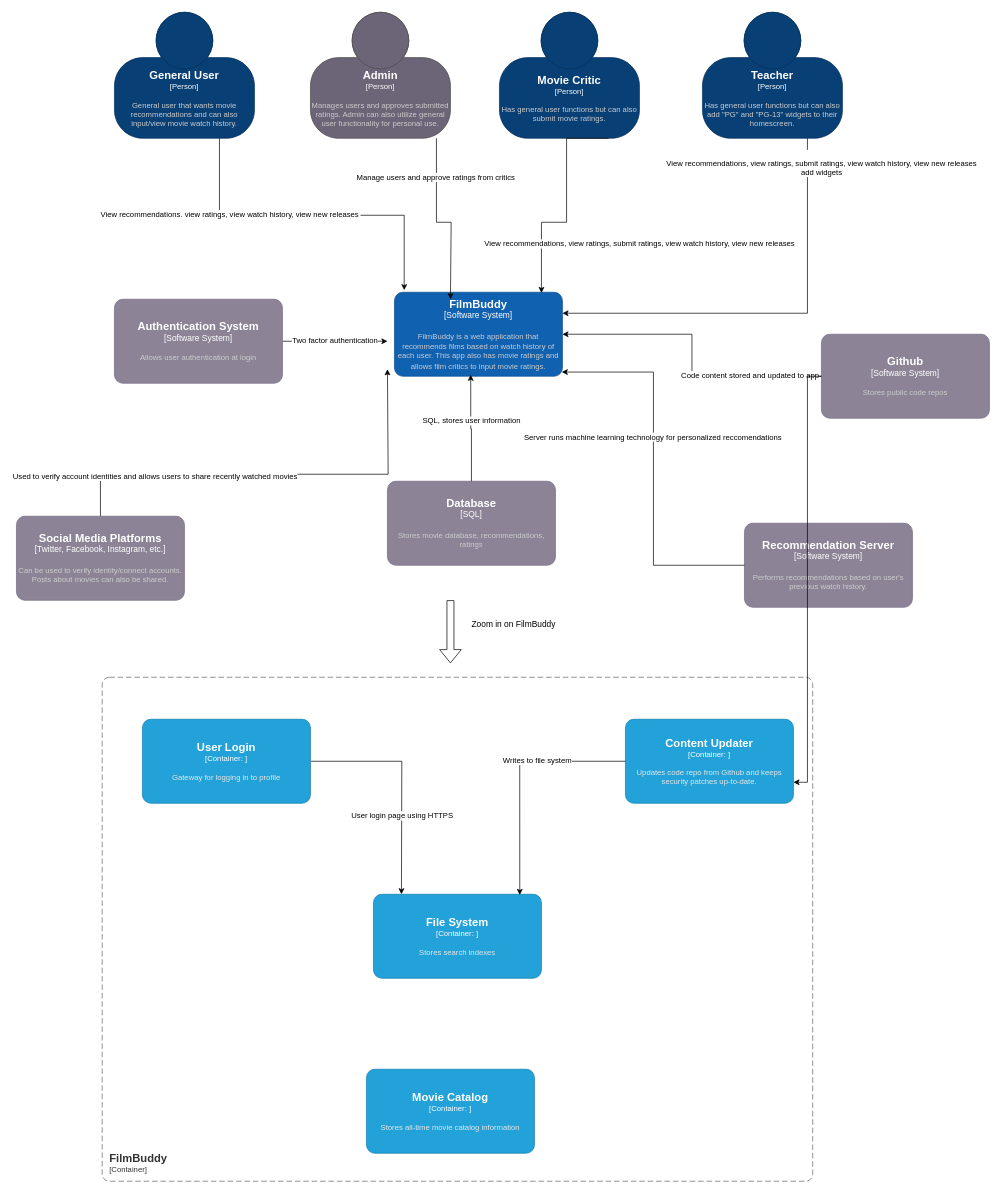
yaztazz/CYBR8470_FilmBuddy keeps this draw.io diagram as docs/Untitled Diagram.drawio. Above is the earlier version. Source tidied: cells renumbered, new cells numbered last; positions are measured from the earlier drawing's top-left corner, leaving out a move shared by most shapes. Both pictures are drawn from the tidied source at 70%, with x=0, y=0 at pixel (16, 12).
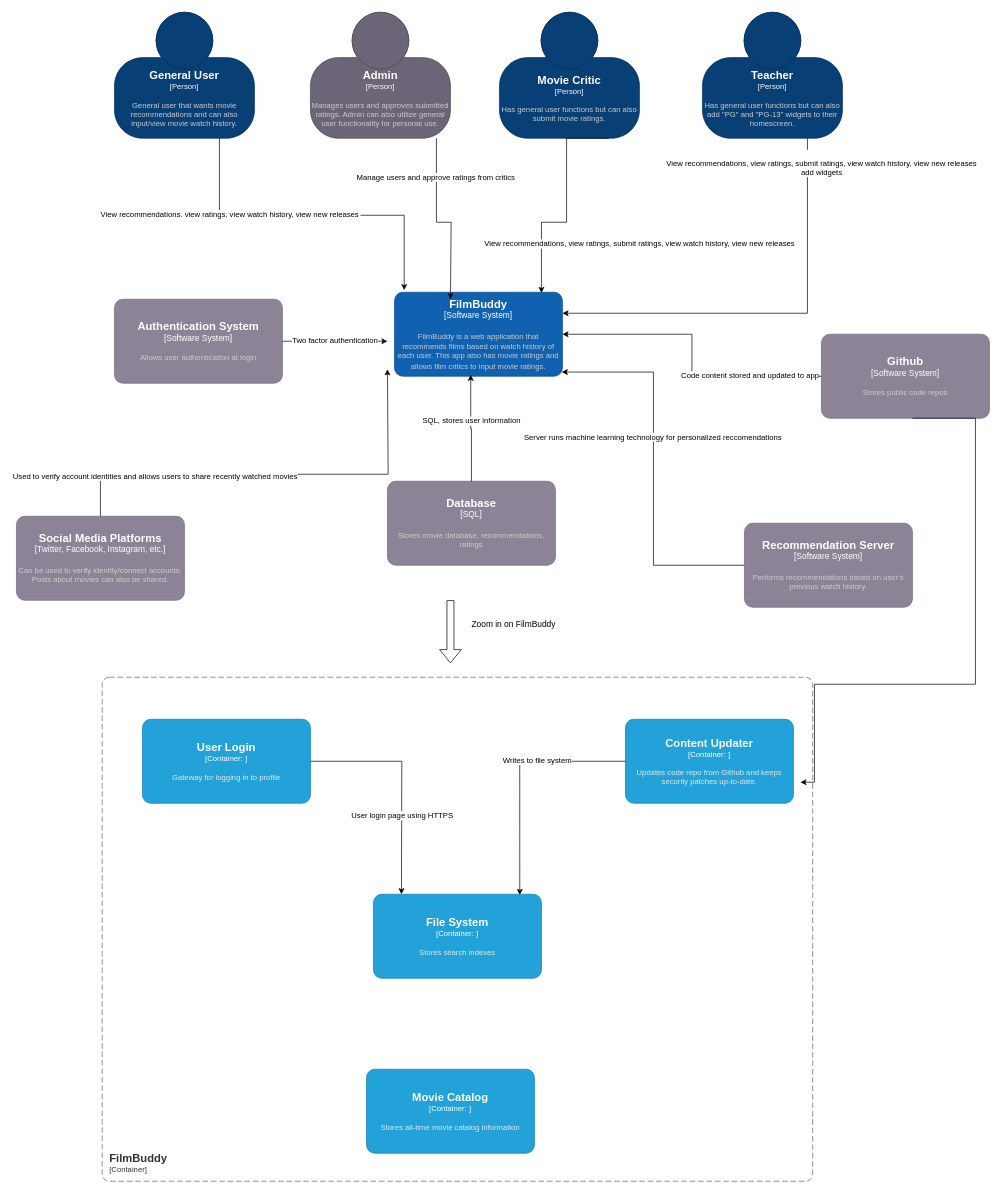
The same diagram, later.

Unchanged cells that the change refers to:
```xml
<object id="28" label="&lt;font style=&quot;font-size: 16px&quot;&gt;&lt;b&gt;%c4Name%&lt;/b&gt;&lt;/font&gt;&lt;div&gt;[%c4Type%: %c4Technology%]&lt;/div&gt;&lt;br&gt;&lt;div&gt;&lt;font style=&quot;font-size: 11px&quot;&gt;&lt;font color=&quot;#E6E6E6&quot;&gt;%c4Description%&lt;/font&gt;&lt;/div&gt;" c4Description="Updates code repo from Github and keeps security patches up-to-date." c4Name="Content Updater" c4Technology="" c4Type="Container" placeholders="1">
  <mxCell style="rounded=1;whiteSpace=wrap;html=1;fontSize=11;labelBackgroundColor=none;fillColor=#23A2D9;fontColor=#ffffff;align=center;arcSize=10;strokeColor=#0E7DAD;points=[[0.25,0,0],[0.5,0,0],[0.75,0,0],[1,0.25,0],[1,0.5,0],[1,0.75,0],[0.75,1,0],[0.5,1,0],[0.25,1,0],[0,0.75,0],[0,0.5,0],[0,0.25,0]];" parent="1" vertex="1">
    <mxGeometry x="870" y="1010" width="240" height="120" as="geometry" />
  </mxCell>
</object>
<object id="37" label="&lt;font style=&quot;font-size: 16px&quot;&gt;&lt;b&gt;%c4Name%&lt;/b&gt;&lt;/font&gt;&lt;div&gt;[%c4Type%]&lt;/div&gt;&lt;br&gt;&lt;div&gt;&lt;font style=&quot;font-size: 11px&quot;&gt;&lt;font color=&quot;#cccccc&quot;&gt;%c4Description%&lt;/font&gt;&lt;/div&gt;" c4Description="Stores public code repos" c4Name="Github" c4Type="Software System" placeholders="1">
  <mxCell style="rounded=1;whiteSpace=wrap;html=1;labelBackgroundColor=none;fillColor=#8C8496;fontColor=#ffffff;align=center;arcSize=10;strokeColor=#736782;points=[[0.25,0,0],[0.5,0,0],[0.75,0,0],[1,0.25,0],[1,0.5,0],[1,0.75,0],[0.75,1,0],[0.5,1,0],[0.25,1,0],[0,0.75,0],[0,0.5,0],[0,0.25,0]];" parent="1" vertex="1">
    <mxGeometry x="1150" y="460" width="240" height="120" as="geometry" />
  </mxCell>
</object>
```

What changed in the source:
```diff
@@
-    <mxCell id="40" style="edgeStyle=orthogonalEdgeStyle;rounded=0;jettySize=auto;html=1;entryX=1;entryY=0.75;entryDx=0;entryDy=0;entryPerimeter=0;" parent="1" edge="1" source="37" target="28">
-      <mxGeometry relative="1" as="geometry" />
+    <mxCell id="40" style="edgeStyle=orthogonalEdgeStyle;rounded=0;orthogonalLoop=1;jettySize=auto;html=1;entryX=1;entryY=0.75;entryDx=0;entryDy=0;entryPerimeter=0;" parent="1" edge="1">
+      <mxGeometry relative="1" as="geometry">
+        <mxPoint x="1280" y="580" as="sourcePoint" />
+        <mxPoint x="1120" y="1100" as="targetPoint" />
+        <Array as="points">
+          <mxPoint x="1370" y="580" />
+          <mxPoint x="1370" y="960" />
+          <mxPoint x="1140" y="960" />
+          <mxPoint x="1140" y="1100" />
+        </Array>
+      </mxGeometry>
     </mxCell>
```
